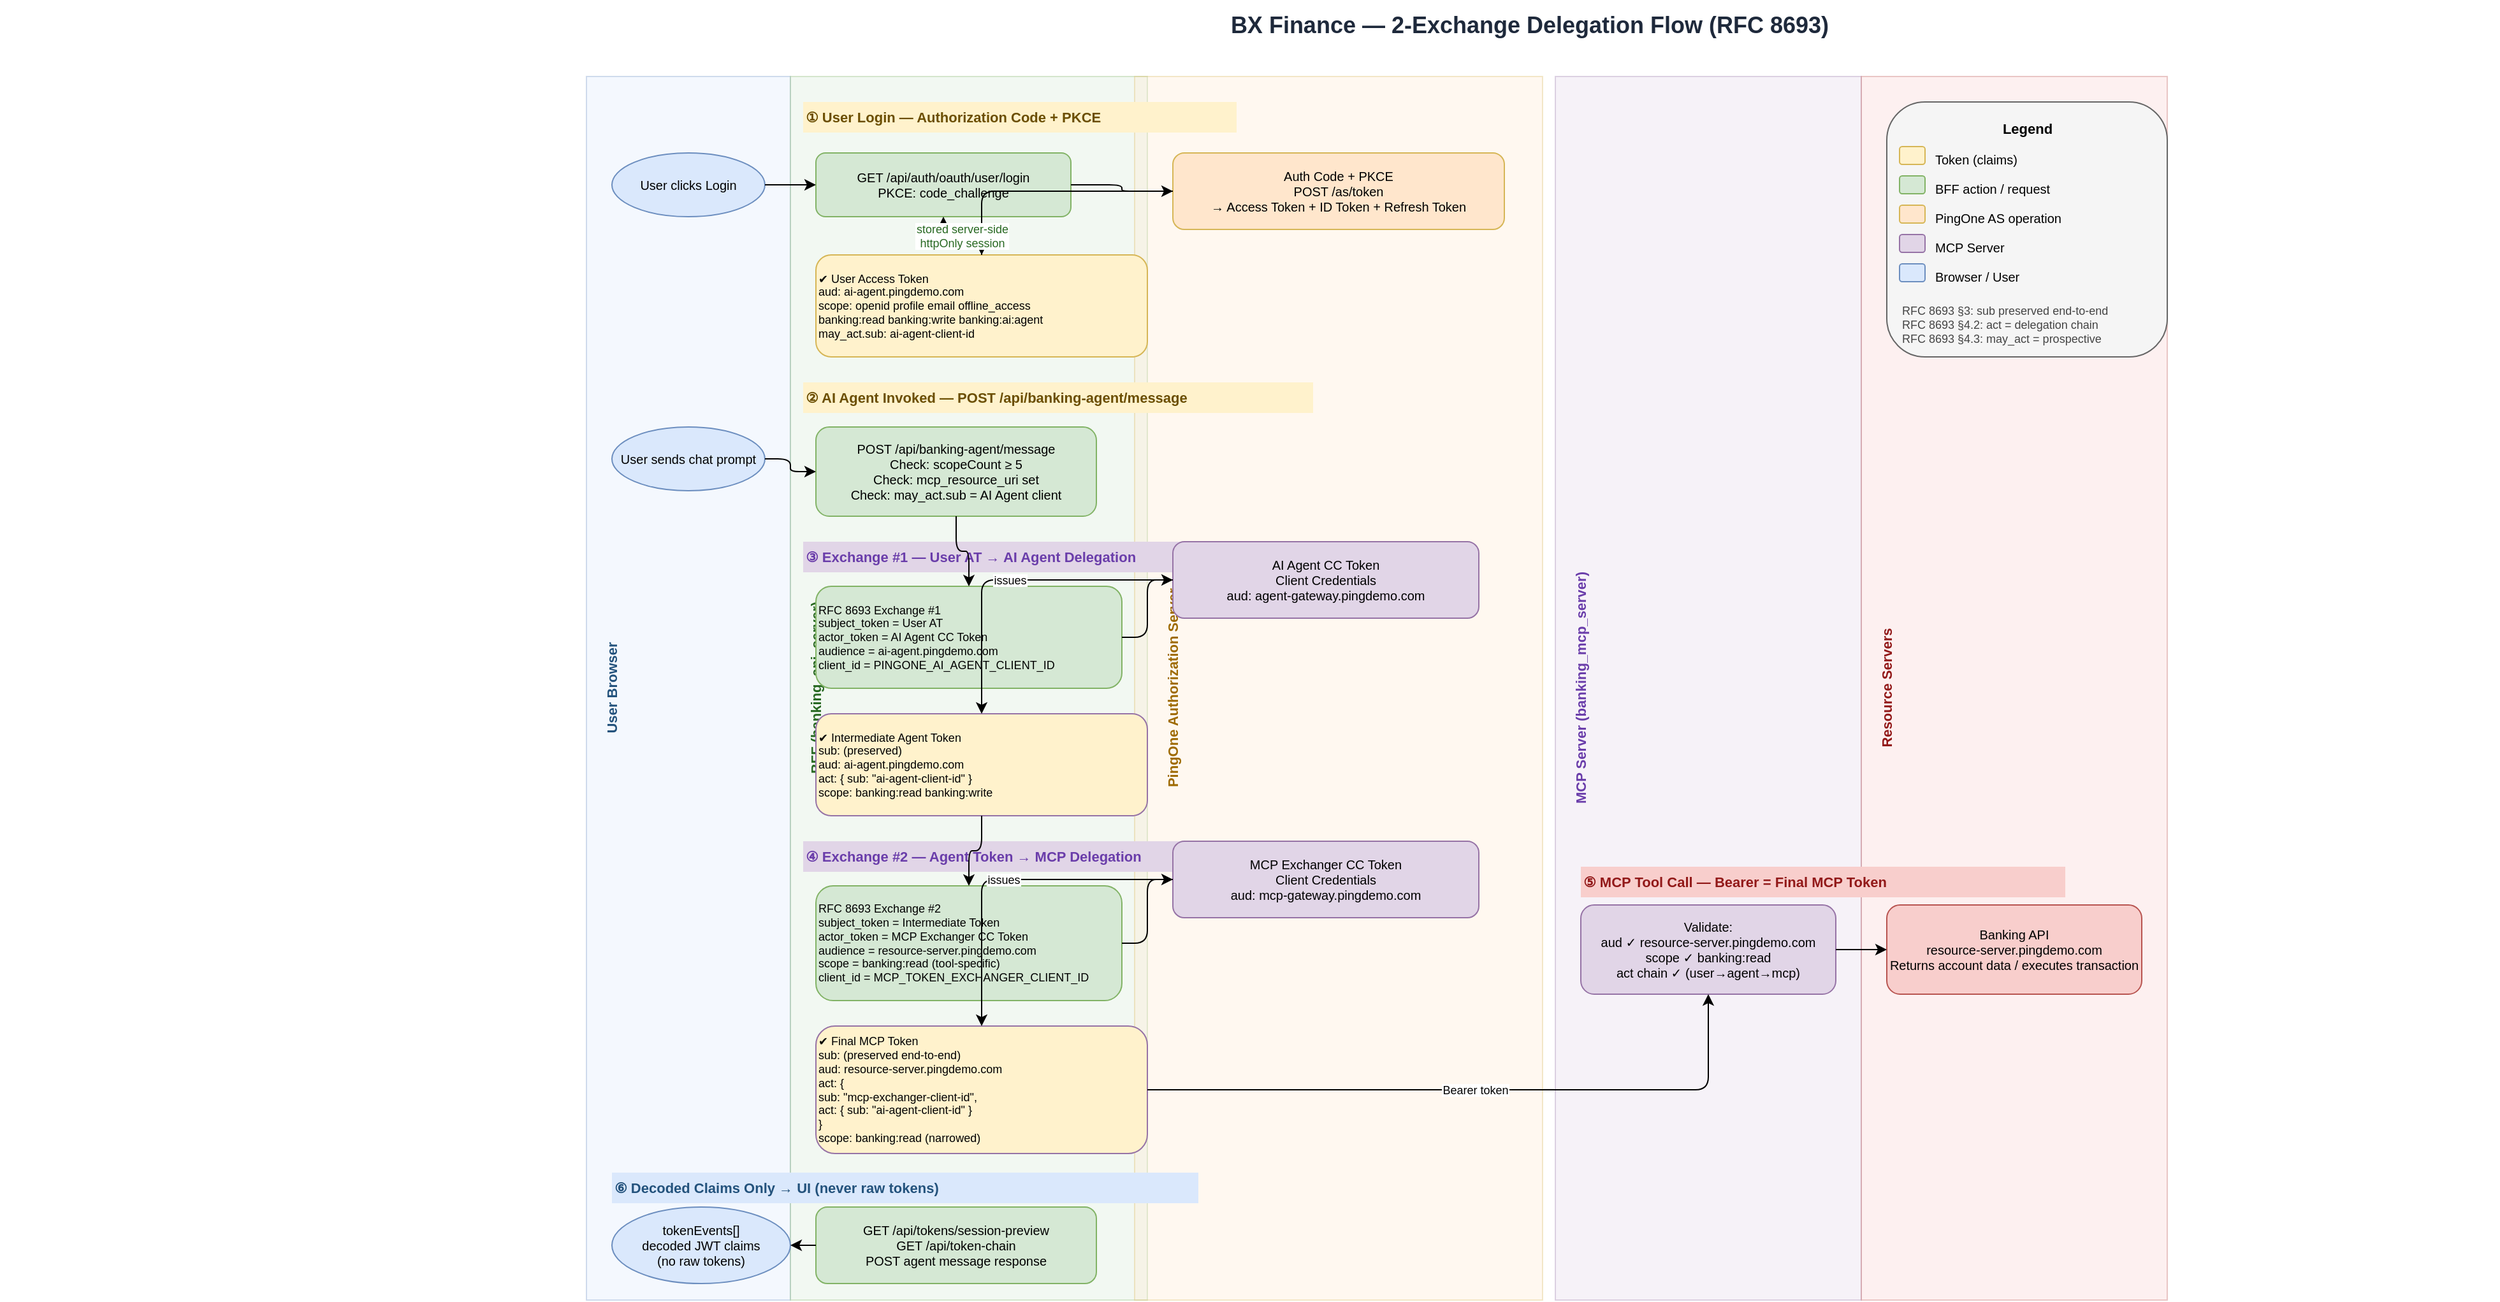
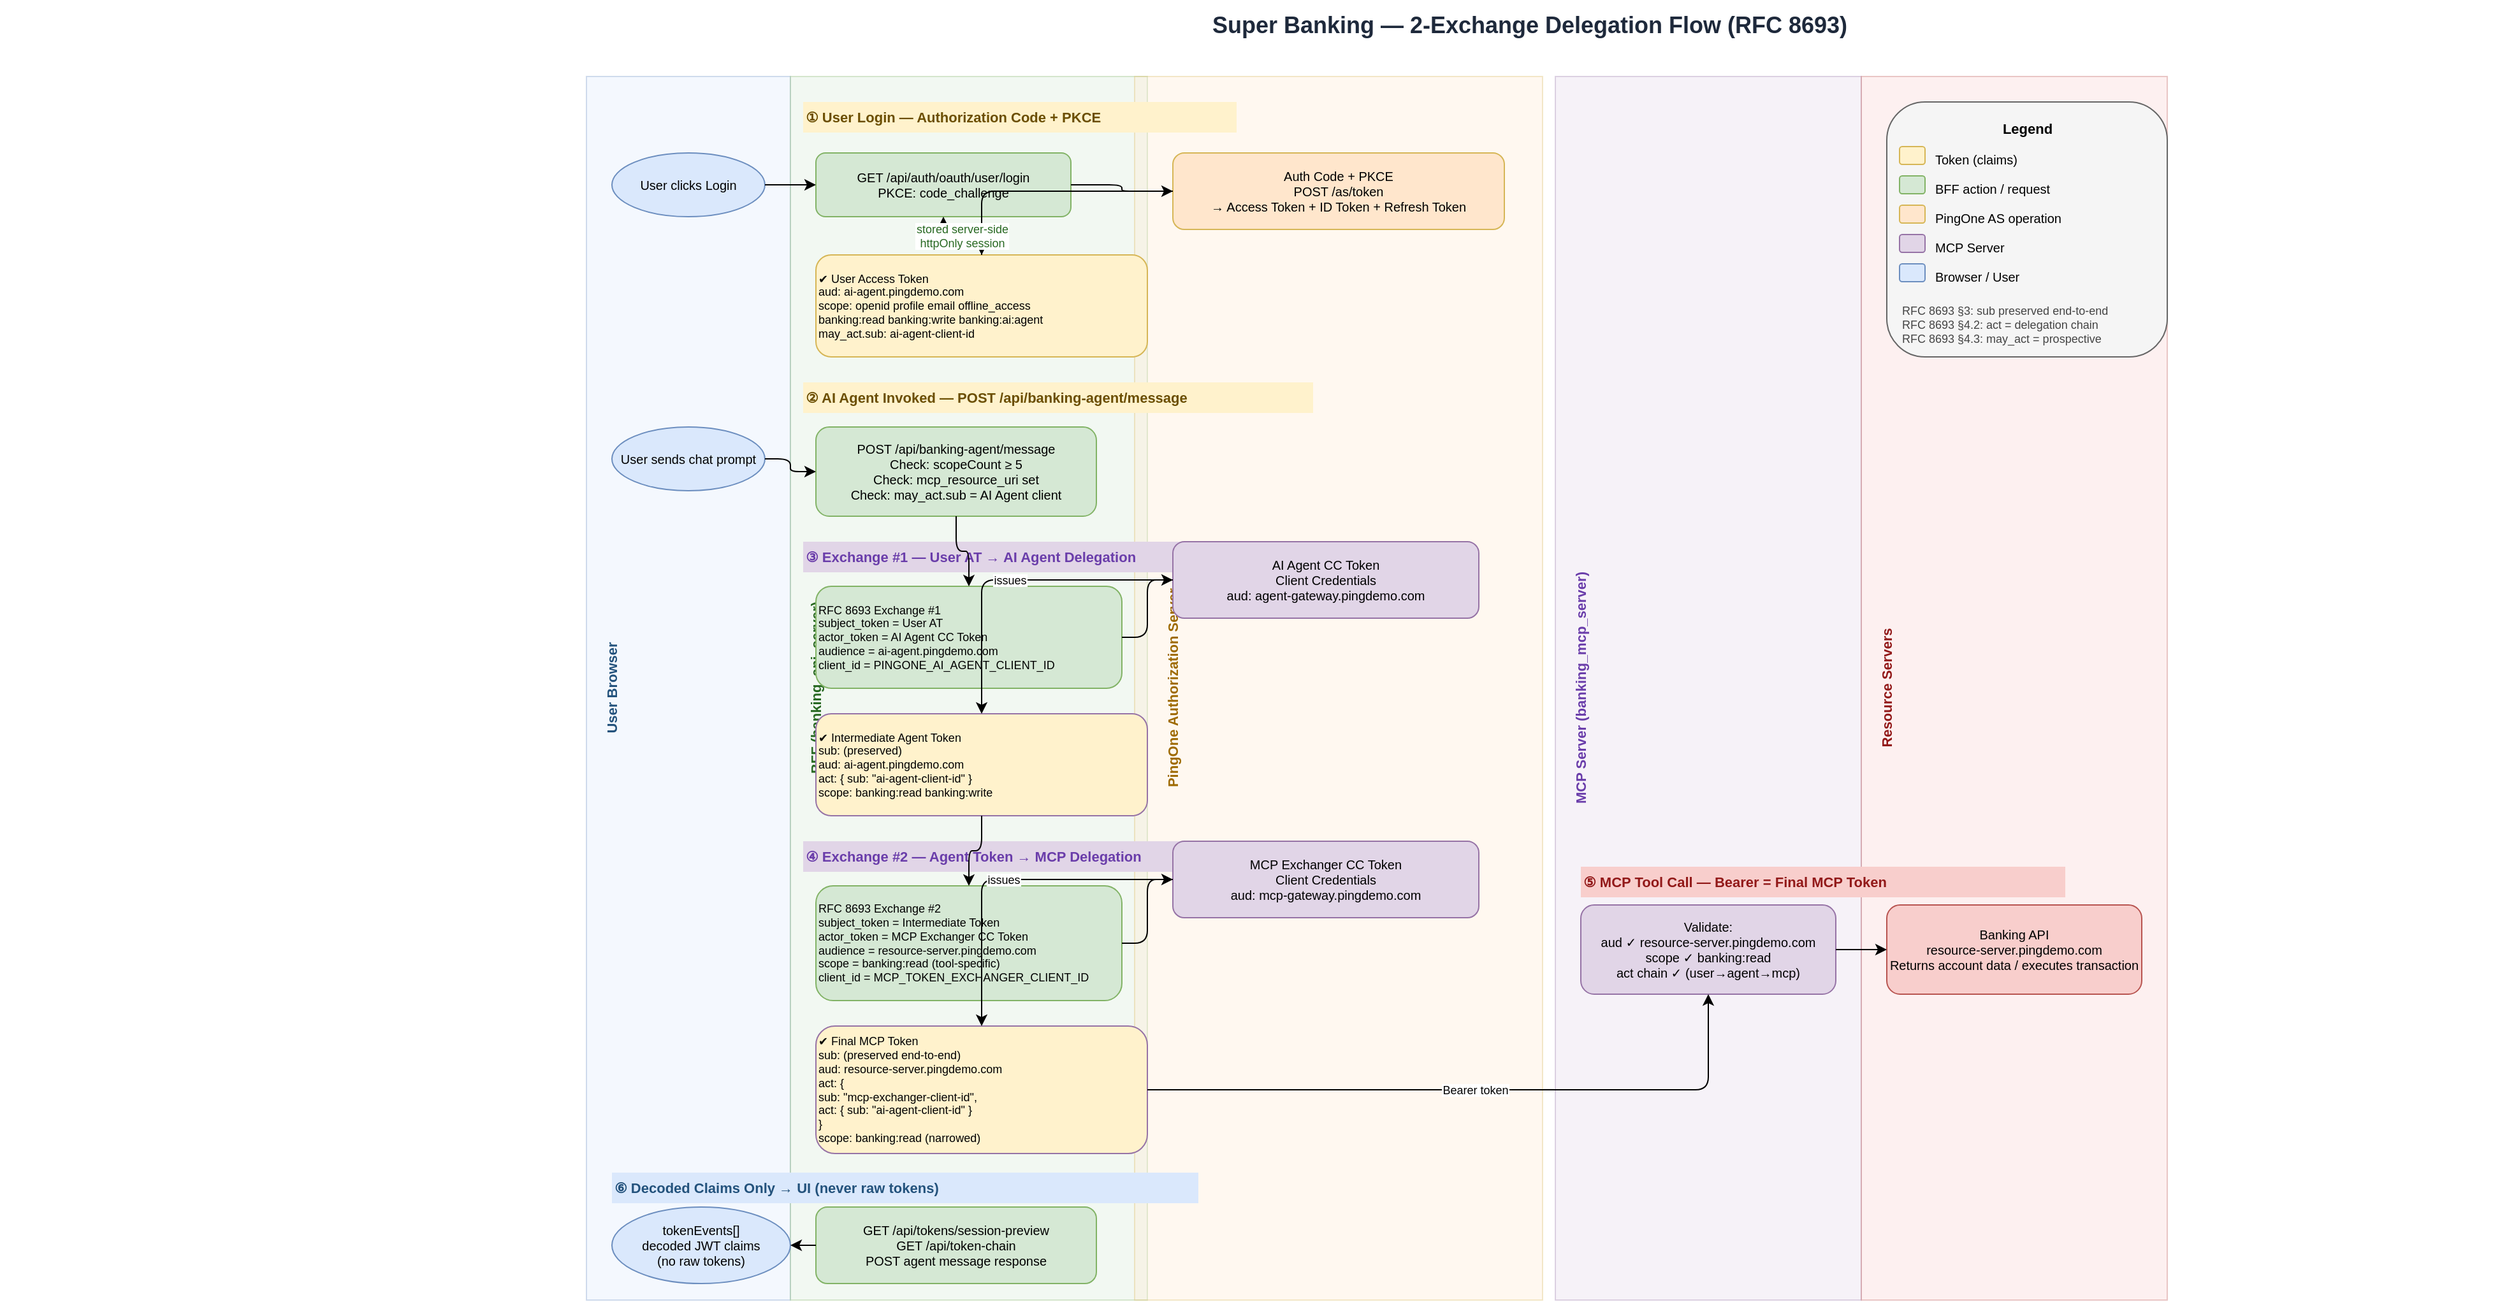
<mxfile host="app.diagrams.net">
  <diagram id="fLlkt_aw9b99AjAf5vgy" name="Page-1">
    <mxGraphModel dx="4886" dy="1019" grid="1" gridSize="12" guides="1" tooltips="1" connect="1" arrows="1" fold="1" page="1" pageScale="1" pageWidth="1654" pageHeight="1169" math="0" shadow="0">
      <root>
        <mxCell id="0" />
        <mxCell id="1" parent="0" />
-         <mxCell id="title" parent="1" style="text;html=1;strokeColor=none;fillColor=none;align=center;verticalAlign=middle;whiteSpace=wrap;rounded=0;fontSize=18;fontStyle=1;fontColor=#1e293b;" value="BX Finance — 2-Exchange Delegation Flow (RFC 8693)" vertex="1">
+         <mxCell id="title" parent="1" style="text;html=1;strokeColor=none;fillColor=none;align=center;verticalAlign=middle;whiteSpace=wrap;rounded=0;fontSize=18;fontStyle=1;fontColor=#1e293b;" value="Super Banking — 2-Exchange Delegation Flow (RFC 8693)" vertex="1">
          <mxGeometry height="40" width="1200" x="200" y="20" as="geometry" />
        </mxCell>
        <mxCell id="lane-browser-bg" parent="1" style="rounded=0;whiteSpace=wrap;html=1;fillColor=#dae8fc;strokeColor=#6c8ebf;opacity=30;" value="" vertex="1">
          <mxGeometry height="960" width="160" x="60" y="80" as="geometry" />
        </mxCell>
        <mxCell id="lane-browser-label" parent="1" style="text;html=1;strokeColor=none;fillColor=none;align=center;verticalAlign=middle;fontSize=11;fontStyle=1;fontColor=#23527c;rotation=-90;" value="User Browser" vertex="1">
          <mxGeometry height="960" width="40" x="60" y="80" as="geometry" />
        </mxCell>
        <mxCell id="lane-bff-bg" parent="1" style="rounded=0;whiteSpace=wrap;html=1;fillColor=#d5e8d4;strokeColor=#82b366;opacity=30;" value="" vertex="1">
          <mxGeometry height="960" width="280" x="220" y="80" as="geometry" />
        </mxCell>
        <mxCell id="lane-bff-label" parent="1" style="text;html=1;strokeColor=none;fillColor=none;align=center;verticalAlign=middle;fontSize=11;fontStyle=1;fontColor=#276821;rotation=-90;" value="BFF (banking_api_server)" vertex="1">
          <mxGeometry height="960" width="40" x="220" y="80" as="geometry" />
        </mxCell>
        <mxCell id="lane-pingone-bg" parent="1" style="rounded=0;whiteSpace=wrap;html=1;fillColor=#ffe6cc;strokeColor=#d6b656;opacity=30;" value="" vertex="1">
          <mxGeometry height="960" width="320" x="490" y="80" as="geometry" />
        </mxCell>
        <mxCell id="lane-pingone-label" parent="1" style="text;html=1;strokeColor=none;fillColor=none;align=center;verticalAlign=middle;fontSize=11;fontStyle=1;fontColor=#9e6a00;rotation=-90;" value="PingOne Authorization Server" vertex="1">
          <mxGeometry height="960" width="40" x="500" y="80" as="geometry" />
        </mxCell>
        <mxCell id="lane-mcp-bg" parent="1" style="rounded=0;whiteSpace=wrap;html=1;fillColor=#e1d5e7;strokeColor=#9673a6;opacity=30;" value="" vertex="1">
          <mxGeometry height="960" width="240" x="820" y="80" as="geometry" />
        </mxCell>
        <mxCell id="lane-mcp-label" parent="1" style="text;html=1;strokeColor=none;fillColor=none;align=center;verticalAlign=middle;fontSize=11;fontStyle=1;fontColor=#6a3daa;rotation=-90;" value="MCP Server (banking_mcp_server)" vertex="1">
          <mxGeometry height="960" width="40" x="820" y="80" as="geometry" />
        </mxCell>
        <mxCell id="lane-rs-bg" parent="1" style="rounded=0;whiteSpace=wrap;html=1;fillColor=#f8cecc;strokeColor=#b85450;opacity=30;" value="" vertex="1">
          <mxGeometry height="960" width="240" x="1060" y="80" as="geometry" />
        </mxCell>
        <mxCell id="lane-rs-label" parent="1" style="text;html=1;strokeColor=none;fillColor=none;align=center;verticalAlign=middle;fontSize=11;fontStyle=1;fontColor=#921919;rotation=-90;" value="Resource Servers" vertex="1">
          <mxGeometry height="960" width="40" x="1060" y="80" as="geometry" />
        </mxCell>
        <mxCell id="step1-label" parent="1" style="text;html=1;strokeColor=none;fillColor=#fff2cc;align=left;verticalAlign=middle;fontSize=11;fontStyle=1;fontColor=#6b4e00;whiteSpace=wrap;" value="① User Login — Authorization Code + PKCE" vertex="1">
          <mxGeometry height="24" width="340" x="230" y="100" as="geometry" />
        </mxCell>
        <mxCell id="user-login" parent="1" style="ellipse;whiteSpace=wrap;html=1;fillColor=#dae8fc;strokeColor=#6c8ebf;fontSize=10;" value="User clicks Login" vertex="1">
          <mxGeometry height="50" width="120" x="80" y="140" as="geometry" />
        </mxCell>
        <mxCell id="bff-authorize" parent="1" style="rounded=1;whiteSpace=wrap;html=1;fillColor=#d5e8d4;strokeColor=#82b366;fontSize=10;" value="GET /api/auth/oauth/user/login&#xa;PKCE: code_challenge" vertex="1">
          <mxGeometry height="50" width="200" x="240" y="140" as="geometry" />
        </mxCell>
        <mxCell id="e1" edge="1" parent="1" source="user-login" style="edgeStyle=orthogonalEdgeStyle;" target="bff-authorize">
          <mxGeometry relative="1" as="geometry" />
        </mxCell>
        <mxCell id="pingone-auth" parent="1" style="rounded=1;whiteSpace=wrap;html=1;fillColor=#ffe6cc;strokeColor=#d6b656;fontSize=10;" value="Auth Code + PKCE&#xa;POST /as/token&#xa;→ Access Token + ID Token + Refresh Token" vertex="1">
          <mxGeometry height="60" width="260" x="520" y="140" as="geometry" />
        </mxCell>
        <mxCell id="e2" edge="1" parent="1" source="bff-authorize" style="edgeStyle=orthogonalEdgeStyle;" target="pingone-auth">
          <mxGeometry relative="1" as="geometry" />
        </mxCell>
        <mxCell id="user-at" parent="1" style="rounded=1;whiteSpace=wrap;html=1;fillColor=#fff2cc;strokeColor=#d6b656;fontSize=9;align=left;" value="✔ User Access Token&#xa;aud: ai-agent.pingdemo.com&#xa;scope: openid profile email offline_access&#xa;        banking:read banking:write banking:ai:agent&#xa;may_act.sub: ai-agent-client-id" vertex="1">
          <mxGeometry height="80" width="260" x="240" y="220" as="geometry" />
        </mxCell>
        <mxCell id="e3" edge="1" parent="1" source="pingone-auth" style="edgeStyle=orthogonalEdgeStyle;" target="user-at">
          <mxGeometry relative="1" as="geometry" />
        </mxCell>
        <mxCell id="e3b" edge="1" parent="1" source="user-at" style="edgeStyle=orthogonalEdgeStyle;fontSize=9;fontColor=#276821;" target="bff-authorize" value="stored server-side&#xa;httpOnly session">
          <mxGeometry relative="1" as="geometry" />
        </mxCell>
        <mxCell id="step2-label" parent="1" style="text;html=1;strokeColor=none;fillColor=#fff2cc;align=left;verticalAlign=middle;fontSize=11;fontStyle=1;fontColor=#6b4e00;whiteSpace=wrap;" value="② AI Agent Invoked — POST /api/banking-agent/message" vertex="1">
          <mxGeometry height="24" width="400" x="230" y="320" as="geometry" />
        </mxCell>
        <mxCell id="user-prompt" parent="1" style="ellipse;whiteSpace=wrap;html=1;fillColor=#dae8fc;strokeColor=#6c8ebf;fontSize=10;" value="User sends chat prompt" vertex="1">
          <mxGeometry height="50" width="120" x="80" y="355" as="geometry" />
        </mxCell>
        <mxCell id="bff-agent" parent="1" style="rounded=1;whiteSpace=wrap;html=1;fillColor=#d5e8d4;strokeColor=#82b366;fontSize=10;" value="POST /api/banking-agent/message&#xa;Check: scopeCount ≥ 5&#xa;Check: mcp_resource_uri set&#xa;Check: may_act.sub = AI Agent client" vertex="1">
          <mxGeometry height="70" width="220" x="240" y="355" as="geometry" />
        </mxCell>
        <mxCell id="e4" edge="1" parent="1" source="user-prompt" style="edgeStyle=orthogonalEdgeStyle;" target="bff-agent">
          <mxGeometry relative="1" as="geometry" />
        </mxCell>
        <mxCell id="step3-label" parent="1" style="text;html=1;strokeColor=none;fillColor=#e1d5e7;align=left;verticalAlign=middle;fontSize=11;fontStyle=1;fontColor=#6a3daa;whiteSpace=wrap;" value="③ Exchange #1 — User AT → AI Agent Delegation" vertex="1">
          <mxGeometry height="24" width="400" x="230" y="445" as="geometry" />
        </mxCell>
        <mxCell id="ai-cc-token" parent="1" style="rounded=1;whiteSpace=wrap;html=1;fillColor=#e1d5e7;strokeColor=#9673a6;fontSize=10;" value="AI Agent CC Token&#xa;Client Credentials&#xa;aud: agent-gateway.pingdemo.com" vertex="1">
          <mxGeometry height="60" width="240" x="520" y="445" as="geometry" />
        </mxCell>
        <mxCell id="bff-ex1-req" parent="1" style="rounded=1;whiteSpace=wrap;html=1;fillColor=#d5e8d4;strokeColor=#82b366;fontSize=9;align=left;" value="RFC 8693 Exchange #1&#xa;subject_token = User AT&#xa;actor_token = AI Agent CC Token&#xa;audience = ai-agent.pingdemo.com&#xa;client_id = PINGONE_AI_AGENT_CLIENT_ID" vertex="1">
          <mxGeometry height="80" width="240" x="240" y="480" as="geometry" />
        </mxCell>
        <mxCell id="e5" edge="1" parent="1" source="bff-agent" style="edgeStyle=orthogonalEdgeStyle;" target="bff-ex1-req">
          <mxGeometry relative="1" as="geometry" />
        </mxCell>
        <mxCell id="e6" edge="1" parent="1" source="bff-ex1-req" style="edgeStyle=orthogonalEdgeStyle;" target="ai-cc-token">
          <mxGeometry relative="1" as="geometry" />
        </mxCell>
        <mxCell id="intermediate-token" parent="1" style="rounded=1;whiteSpace=wrap;html=1;fillColor=#fff2cc;strokeColor=#9673a6;fontSize=9;align=left;" value="✔ Intermediate Agent Token&#xa;sub: &lt;user-sub&gt;  (preserved)&#xa;aud: ai-agent.pingdemo.com&#xa;act: { sub: &quot;ai-agent-client-id&quot; }&#xa;scope: banking:read banking:write" vertex="1">
          <mxGeometry height="80" width="260" x="240" y="580" as="geometry" />
        </mxCell>
        <mxCell id="e7" edge="1" parent="1" source="ai-cc-token" style="edgeStyle=orthogonalEdgeStyle;fontSize=9;" target="intermediate-token" value="issues">
          <mxGeometry relative="1" as="geometry" />
        </mxCell>
        <mxCell id="step4-label" parent="1" style="text;html=1;strokeColor=none;fillColor=#e1d5e7;align=left;verticalAlign=middle;fontSize=11;fontStyle=1;fontColor=#6a3daa;whiteSpace=wrap;" value="④ Exchange #2 — Agent Token → MCP Delegation" vertex="1">
          <mxGeometry height="24" width="400" x="230" y="680" as="geometry" />
        </mxCell>
        <mxCell id="mcp-cc-token" parent="1" style="rounded=1;whiteSpace=wrap;html=1;fillColor=#e1d5e7;strokeColor=#9673a6;fontSize=10;" value="MCP Exchanger CC Token&#xa;Client Credentials&#xa;aud: mcp-gateway.pingdemo.com" vertex="1">
          <mxGeometry height="60" width="240" x="520" y="680" as="geometry" />
        </mxCell>
        <mxCell id="bff-ex2-req" parent="1" style="rounded=1;whiteSpace=wrap;html=1;fillColor=#d5e8d4;strokeColor=#82b366;fontSize=9;align=left;" value="RFC 8693 Exchange #2&#xa;subject_token = Intermediate Token&#xa;actor_token = MCP Exchanger CC Token&#xa;audience = resource-server.pingdemo.com&#xa;scope = banking:read  (tool-specific)&#xa;client_id = MCP_TOKEN_EXCHANGER_CLIENT_ID" vertex="1">
          <mxGeometry height="90" width="240" x="240" y="715" as="geometry" />
        </mxCell>
        <mxCell id="e8" edge="1" parent="1" source="intermediate-token" style="edgeStyle=orthogonalEdgeStyle;" target="bff-ex2-req">
          <mxGeometry relative="1" as="geometry" />
        </mxCell>
        <mxCell id="e9" edge="1" parent="1" source="bff-ex2-req" style="edgeStyle=orthogonalEdgeStyle;" target="mcp-cc-token">
          <mxGeometry relative="1" as="geometry" />
        </mxCell>
        <mxCell id="final-mcp-token" parent="1" style="rounded=1;whiteSpace=wrap;html=1;fillColor=#fff2cc;strokeColor=#9673a6;fontSize=9;align=left;" value="✔ Final MCP Token&#xa;sub: &lt;user-sub&gt;  (preserved end-to-end)&#xa;aud: resource-server.pingdemo.com&#xa;act: {&#xa;  sub: &quot;mcp-exchanger-client-id&quot;,&#xa;  act: { sub: &quot;ai-agent-client-id&quot; }&#xa;}&#xa;scope: banking:read  (narrowed)" vertex="1">
          <mxGeometry height="100" width="260" x="240" y="825" as="geometry" />
        </mxCell>
        <mxCell id="e10" edge="1" parent="1" source="mcp-cc-token" style="edgeStyle=orthogonalEdgeStyle;fontSize=9;" target="final-mcp-token" value="issues">
          <mxGeometry relative="1" as="geometry" />
        </mxCell>
        <mxCell id="step5-label" parent="1" style="text;html=1;strokeColor=none;fillColor=#f8cecc;align=left;verticalAlign=middle;fontSize=11;fontStyle=1;fontColor=#921919;whiteSpace=wrap;" value="⑤ MCP Tool Call — Bearer = Final MCP Token" vertex="1">
          <mxGeometry height="24" width="380" x="840" y="700" as="geometry" />
        </mxCell>
        <mxCell id="mcp-validate" parent="1" style="rounded=1;whiteSpace=wrap;html=1;fillColor=#e1d5e7;strokeColor=#9673a6;fontSize=10;" value="Validate:&#xa;aud ✓ resource-server.pingdemo.com&#xa;scope ✓ banking:read&#xa;act chain ✓ (user→agent→mcp)" vertex="1">
          <mxGeometry height="70" width="200" x="840" y="730" as="geometry" />
        </mxCell>
        <mxCell id="e11" edge="1" parent="1" source="final-mcp-token" style="edgeStyle=orthogonalEdgeStyle;fontSize=9;" target="mcp-validate" value="Bearer token">
          <mxGeometry relative="1" as="geometry" />
        </mxCell>
        <mxCell id="banking-api" parent="1" style="rounded=1;whiteSpace=wrap;html=1;fillColor=#f8cecc;strokeColor=#b85450;fontSize=10;" value="Banking API&#xa;resource-server.pingdemo.com&#xa;Returns account data / executes transaction" vertex="1">
          <mxGeometry height="70" width="200" x="1080" y="730" as="geometry" />
        </mxCell>
        <mxCell id="e12" edge="1" parent="1" source="mcp-validate" style="edgeStyle=orthogonalEdgeStyle;" target="banking-api">
          <mxGeometry relative="1" as="geometry" />
        </mxCell>
        <mxCell id="step6-label" parent="1" style="text;html=1;strokeColor=none;fillColor=#dae8fc;align=left;verticalAlign=middle;fontSize=11;fontStyle=1;fontColor=#23527c;whiteSpace=wrap;" value="⑥ Decoded Claims Only → UI (never raw tokens)" vertex="1">
          <mxGeometry height="24" width="460" x="80" y="940" as="geometry" />
        </mxCell>
        <mxCell id="ui-display" parent="1" style="ellipse;whiteSpace=wrap;html=1;fillColor=#dae8fc;strokeColor=#6c8ebf;fontSize=10;" value="tokenEvents[]&#xa;decoded JWT claims&#xa;(no raw tokens)" vertex="1">
          <mxGeometry height="60" width="140" x="80" y="967" as="geometry" />
        </mxCell>
        <mxCell id="bff-preview" parent="1" style="rounded=1;whiteSpace=wrap;html=1;fillColor=#d5e8d4;strokeColor=#82b366;fontSize=10;" value="GET /api/tokens/session-preview&#xa;GET /api/token-chain&#xa;POST agent message response" vertex="1">
          <mxGeometry height="60" width="220" x="240" y="967" as="geometry" />
        </mxCell>
        <mxCell id="e13" edge="1" parent="1" source="bff-preview" style="edgeStyle=orthogonalEdgeStyle;" target="ui-display">
          <mxGeometry relative="1" as="geometry" />
        </mxCell>
        <mxCell id="legend-bg" parent="1" style="rounded=1;whiteSpace=wrap;html=1;fillColor=#f5f5f5;strokeColor=#666666;" value="" vertex="1">
          <mxGeometry height="200" width="220" x="1080" y="100" as="geometry" />
        </mxCell>
        <mxCell id="legend-title" parent="1" style="text;html=1;strokeColor=none;fillColor=none;align=center;fontSize=11;fontStyle=1;" value="Legend" vertex="1">
          <mxGeometry height="20" width="200" x="1090" y="108" as="geometry" />
        </mxCell>
        <mxCell id="leg1" parent="1" style="rounded=1;fillColor=#fff2cc;strokeColor=#d6b656;" value="" vertex="1">
          <mxGeometry height="14" width="20" x="1090" y="135" as="geometry" />
        </mxCell>
        <mxCell id="leg1t" parent="1" style="text;fontSize=10;strokeColor=none;fillColor=none;" value="Token (claims)" vertex="1">
          <mxGeometry height="18" width="160" x="1116" y="133" as="geometry" />
        </mxCell>
        <mxCell id="leg2" parent="1" style="rounded=1;fillColor=#d5e8d4;strokeColor=#82b366;" value="" vertex="1">
          <mxGeometry height="14" width="20" x="1090" y="158" as="geometry" />
        </mxCell>
        <mxCell id="leg2t" parent="1" style="text;fontSize=10;strokeColor=none;fillColor=none;" value="BFF action / request" vertex="1">
          <mxGeometry height="18" width="160" x="1116" y="156" as="geometry" />
        </mxCell>
        <mxCell id="leg3" parent="1" style="rounded=1;fillColor=#ffe6cc;strokeColor=#d6b656;" value="" vertex="1">
          <mxGeometry height="14" width="20" x="1090" y="181" as="geometry" />
        </mxCell>
        <mxCell id="leg3t" parent="1" style="text;fontSize=10;strokeColor=none;fillColor=none;" value="PingOne AS operation" vertex="1">
          <mxGeometry height="18" width="160" x="1116" y="179" as="geometry" />
        </mxCell>
        <mxCell id="leg4" parent="1" style="rounded=1;fillColor=#e1d5e7;strokeColor=#9673a6;" value="" vertex="1">
          <mxGeometry height="14" width="20" x="1090" y="204" as="geometry" />
        </mxCell>
        <mxCell id="leg4t" parent="1" style="text;fontSize=10;strokeColor=none;fillColor=none;" value="MCP Server" vertex="1">
          <mxGeometry height="18" width="160" x="1116" y="202" as="geometry" />
        </mxCell>
        <mxCell id="leg5" parent="1" style="rounded=1;fillColor=#dae8fc;strokeColor=#6c8ebf;" value="" vertex="1">
          <mxGeometry height="14" width="20" x="1090" y="227" as="geometry" />
        </mxCell>
        <mxCell id="leg5t" parent="1" style="text;fontSize=10;strokeColor=none;fillColor=none;" value="Browser / User" vertex="1">
          <mxGeometry height="18" width="160" x="1116" y="225" as="geometry" />
        </mxCell>
        <mxCell id="leg6" parent="1" style="text;fontSize=9;strokeColor=none;fillColor=none;fontColor=#444;" value="RFC 8693 §3: sub preserved end-to-end&#xa;RFC 8693 §4.2: act = delegation chain&#xa;RFC 8693 §4.3: may_act = prospective" vertex="1">
          <mxGeometry height="46" width="200" x="1090" y="252" as="geometry" />
        </mxCell>
      </root>
    </mxGraphModel>
  </diagram>
</mxfile>
